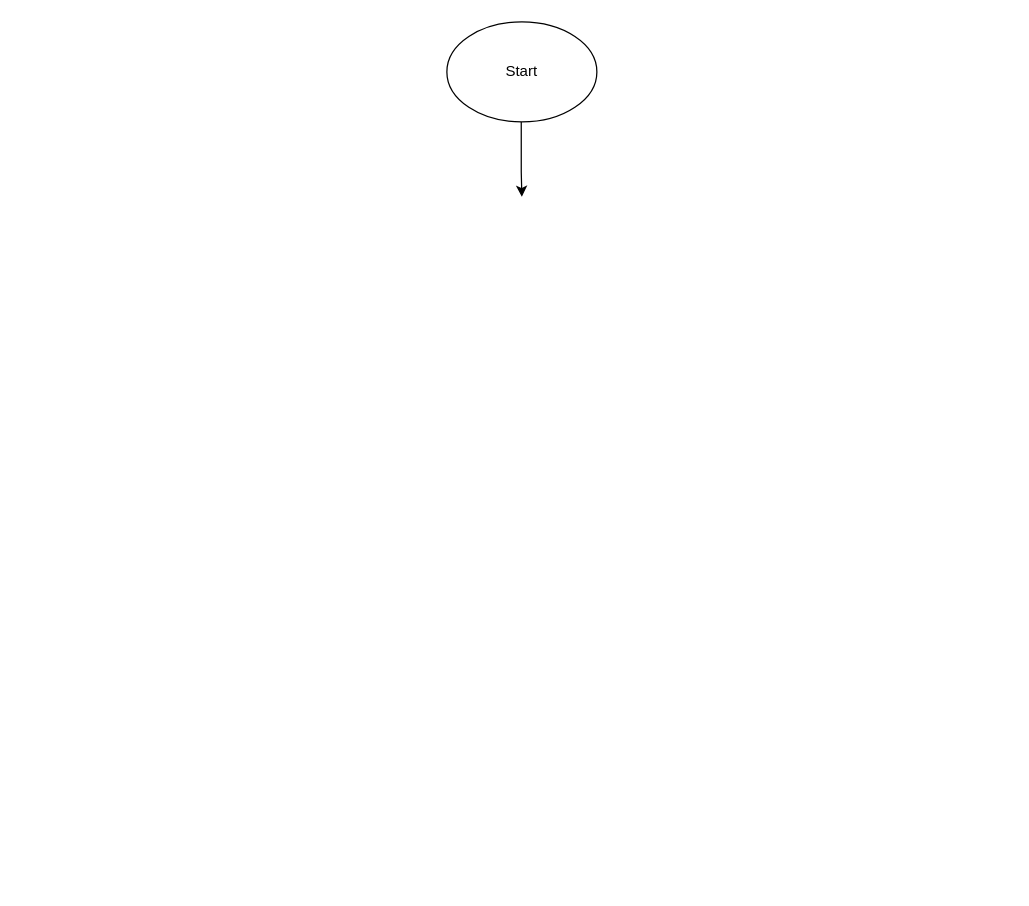
Above: Hangman.drawio in Subhodeep01/Flowcharts (draw.io), before the change. Source tidied: cells renumbered, new cells numbered last; positions are measured from the earlier drawing's top-left corner, leaving out a move shared by most shapes. Both pictures are drawn from the tidied source at 125%, with x=0, y=0 at pixel (446, 21).
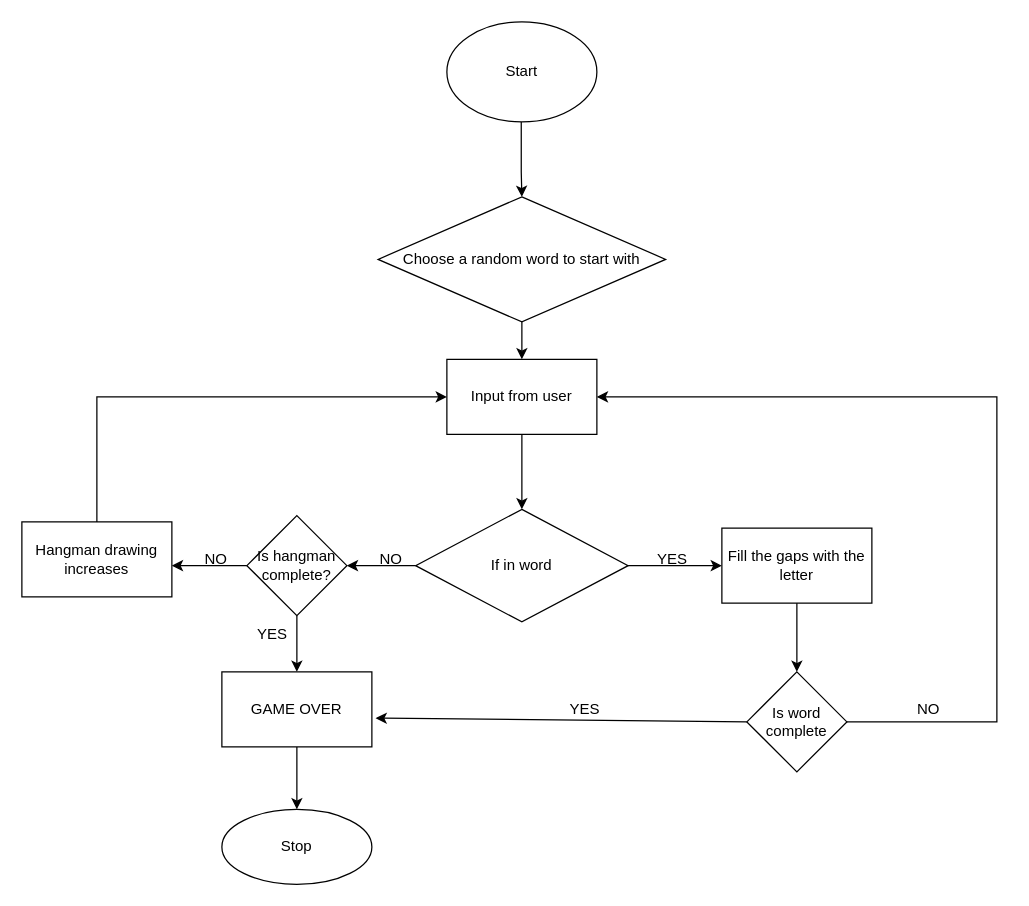
Above is the later version.

Diff of the diagram source:
```diff
@@
+    <mxCell id="4" value="Choose a random word to start with" style="rhombus;whiteSpace=wrap;html=1;" parent="1" vertex="1">
+      <mxGeometry x="-55" y="140" width="230" height="100" as="geometry" />
+    </mxCell>
+    <mxCell id="5" style="endArrow=classic;html=1;rounded=0;exitX=0.5;exitY=1;exitDx=0;exitDy=0;" parent="1" edge="1" source="4" target="6">
+      <mxGeometry relative="1" as="geometry" />
+    </mxCell>
+    <mxCell id="6" value="Input from user" style="rounded=0;whiteSpace=wrap;html=1;" parent="1" vertex="1">
+      <mxGeometry y="270" width="120" height="60" as="geometry" />
+    </mxCell>
+    <mxCell id="7" style="endArrow=classic;html=1;rounded=0;exitX=0.5;exitY=1;exitDx=0;exitDy=0;" parent="1" edge="1" source="6" target="8">
+      <mxGeometry relative="1" as="geometry" />
+    </mxCell>
+    <mxCell id="8" value="If in word" style="rhombus;whiteSpace=wrap;html=1;" parent="1" vertex="1">
+      <mxGeometry x="-25" y="390" width="170" height="90" as="geometry" />
+    </mxCell>
+    <mxCell id="9" style="endArrow=classic;html=1;rounded=0;exitX=1;exitY=0.5;exitDx=0;exitDy=0;" parent="1" edge="1" source="8" target="10">
+      <mxGeometry relative="1" as="geometry" />
+    </mxCell>
+    <mxCell id="10" value="Fill the gaps with the letter" style="rounded=0;whiteSpace=wrap;html=1;" parent="1" vertex="1">
+      <mxGeometry x="220" y="405" width="120" height="60" as="geometry" />
+    </mxCell>
+    <mxCell id="11" value="YES" style="text;html=1;align=center;verticalAlign=middle;fillColor=none;strokeColor=none;rounded=0;" parent="1" vertex="1">
+      <mxGeometry x="160" y="420" width="40" height="20" as="geometry" />
+    </mxCell>
+    <mxCell id="12" style="endArrow=classic;html=1;rounded=0;exitX=0;exitY=0.5;exitDx=0;exitDy=0;entryX=1;entryY=0.5;entryDx=0;entryDy=0;" parent="1" edge="1" source="8" target="15">
+      <mxGeometry relative="1" as="geometry" />
+    </mxCell>
+    <mxCell id="13" value="NO" style="text;html=1;align=center;verticalAlign=middle;fillColor=none;strokeColor=none;rounded=0;" parent="1" vertex="1">
+      <mxGeometry x="-60" y="420" width="30" height="20" as="geometry" />
+    </mxCell>
+    <mxCell id="14" value="Hangman drawing increases" style="rounded=0;whiteSpace=wrap;html=1;" parent="1" vertex="1">
+      <mxGeometry x="-340" y="400" width="120" height="60" as="geometry" />
+    </mxCell>
+    <mxCell id="15" value="Is hangman complete?" style="rhombus;whiteSpace=wrap;html=1;" parent="1" vertex="1">
+      <mxGeometry x="-160" y="395" width="80" height="80" as="geometry" />
+    </mxCell>
+    <mxCell id="16" style="endArrow=classic;html=1;rounded=0;exitX=0;exitY=0.5;exitDx=0;exitDy=0;" parent="1" edge="1" source="15">
+      <mxGeometry relative="1" as="geometry">
+        <mxPoint x="-220" y="435" as="targetPoint" />
+      </mxGeometry>
+    </mxCell>
+    <mxCell id="17" value="NO" style="text;html=1;align=center;verticalAlign=middle;fillColor=none;strokeColor=none;rounded=0;" parent="1" vertex="1">
+      <mxGeometry x="-200" y="420" width="30" height="20" as="geometry" />
+    </mxCell>
+    <mxCell id="18" style="endArrow=classic;html=1;rounded=0;exitX=0.5;exitY=1;exitDx=0;exitDy=0;" parent="1" edge="1" source="15">
+      <mxGeometry relative="1" as="geometry">
+        <mxPoint x="-120" y="520" as="targetPoint" />
+      </mxGeometry>
+    </mxCell>
+    <mxCell id="19" value="YES" style="text;html=1;align=center;verticalAlign=middle;fillColor=none;strokeColor=none;rounded=0;" parent="1" vertex="1">
+      <mxGeometry x="-160" y="480" width="40" height="20" as="geometry" />
+    </mxCell>
+    <mxCell id="20" value="GAME OVER" style="rounded=0;whiteSpace=wrap;html=1;" parent="1" vertex="1">
+      <mxGeometry x="-180" y="520" width="120" height="60" as="geometry" />
+    </mxCell>
+    <mxCell id="21" style="endArrow=classic;html=1;rounded=0;exitX=0.5;exitY=0;exitDx=0;exitDy=0;entryX=0;entryY=0.5;entryDx=0;entryDy=0;" parent="1" edge="1" source="14" target="6">
+      <mxGeometry relative="1" as="geometry">
+        <Array as="points">
+          <mxPoint x="-280" y="300" />
+        </Array>
+      </mxGeometry>
+    </mxCell>
+    <mxCell id="22" style="endArrow=classic;html=1;rounded=0;exitX=0.5;exitY=1;exitDx=0;exitDy=0;" parent="1" edge="1" source="10" target="23">
+      <mxGeometry relative="1" as="geometry" />
+    </mxCell>
+    <mxCell id="23" value="Is word complete" style="rhombus;whiteSpace=wrap;html=1;" parent="1" vertex="1">
+      <mxGeometry x="240" y="520" width="80" height="80" as="geometry" />
+    </mxCell>
+    <mxCell id="24" style="endArrow=classic;html=1;rounded=0;exitX=0;exitY=0.5;exitDx=0;exitDy=0;entryX=1.025;entryY=0.617;entryDx=0;entryDy=0;entryPerimeter=0;" parent="1" edge="1" source="23" target="20">
+      <mxGeometry relative="1" as="geometry" />
+    </mxCell>
+    <mxCell id="25" value="YES" style="text;html=1;align=center;verticalAlign=middle;fillColor=none;strokeColor=none;rounded=0;" parent="1" vertex="1">
+      <mxGeometry x="90" y="540" width="40" height="20" as="geometry" />
+    </mxCell>
+    <mxCell id="26" style="endArrow=classic;html=1;rounded=0;exitX=1;exitY=0.5;exitDx=0;exitDy=0;" parent="1" edge="1" source="23">
+      <mxGeometry relative="1" as="geometry">
+        <mxPoint x="120" y="300" as="targetPoint" />
+        <Array as="points">
+          <mxPoint x="440" y="560" />
+          <mxPoint x="440" y="300" />
+        </Array>
+      </mxGeometry>
+    </mxCell>
+    <mxCell id="27" value="NO" style="text;html=1;align=center;verticalAlign=middle;fillColor=none;strokeColor=none;rounded=0;" parent="1" vertex="1">
+      <mxGeometry x="370" y="540" width="30" height="20" as="geometry" />
+    </mxCell>
+    <mxCell id="28" style="endArrow=classic;html=1;rounded=0;exitX=0.5;exitY=1;exitDx=0;exitDy=0;" parent="1" edge="1" source="20" target="29">
+      <mxGeometry relative="1" as="geometry" />
+    </mxCell>
+    <mxCell id="29" value="Stop" style="ellipse;whiteSpace=wrap;html=1;" parent="1" vertex="1">
+      <mxGeometry x="-180" y="630" width="120" height="60" as="geometry" />
+    </mxCell>
```
